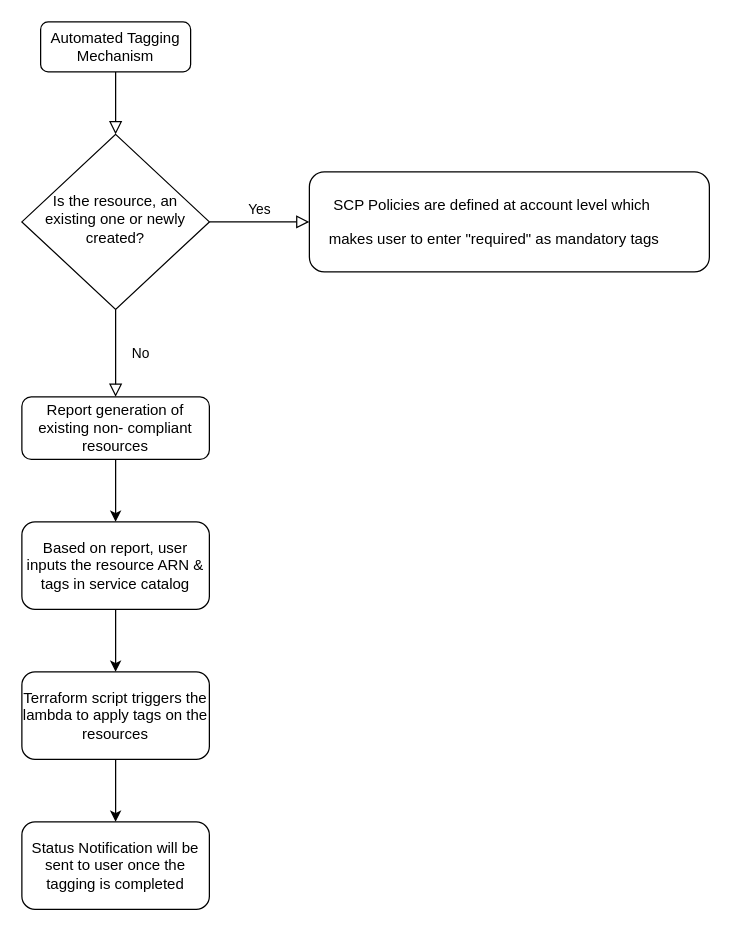
This is Untitled Diagram.drawio from sasikanth53/educka, a draw.io file, before an edit. Source tidied: cells renumbered, new cells numbered last; positions are measured from the earlier drawing's top-left corner, leaving out a move shared by most shapes. Both pictures are drawn from the tidied source at 125%, with x=0, y=0 at pixel (21, 21).
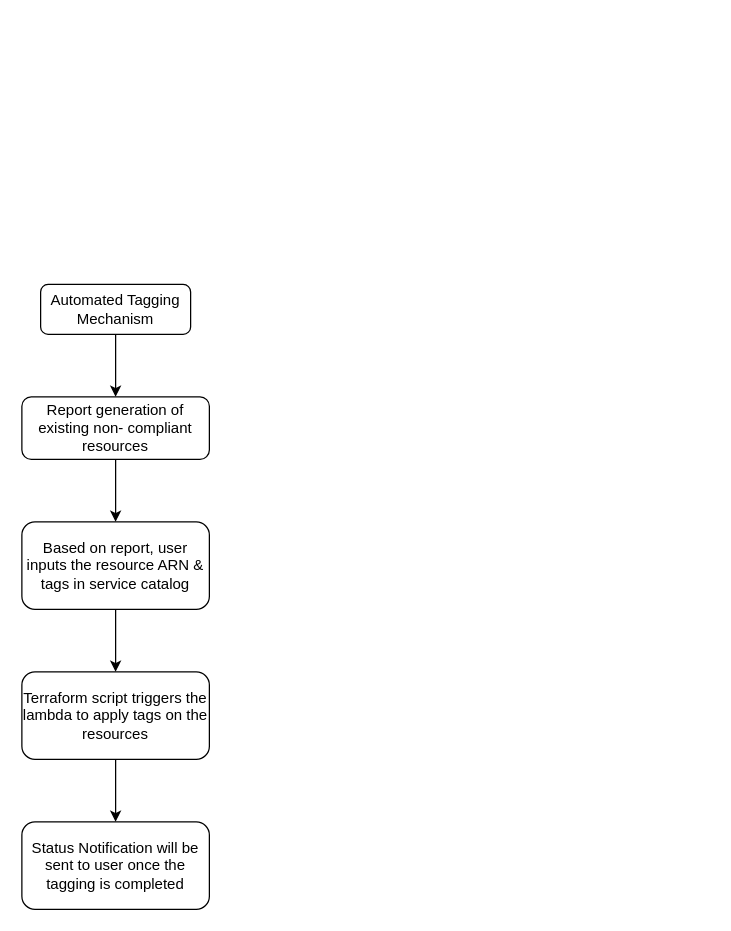
The same diagram, later.

The edit, as a diff of the source:
```diff
@@
 <mxGraphModel>
   <root>
     <mxCell id="0" />
     <mxCell id="1" parent="0" />
-    <mxCell id="2" style="rounded=0;html=1;jettySize=auto;fontSize=11;endArrow=block;endFill=0;endSize=8;strokeWidth=1;shadow=0;labelBackgroundColor=none;edgeStyle=orthogonalEdgeStyle;" parent="1" edge="1" source="3" target="6">
-      <mxGeometry relative="1" as="geometry" />
-    </mxCell>
     <mxCell id="3" value="Automated Tagging Mechanism" style="rounded=1;whiteSpace=wrap;html=1;fontSize=12;glass=0;strokeWidth=1;shadow=0;" parent="1" vertex="1">
-      <mxGeometry x="15" width="120" height="40" as="geometry" />
+      <mxGeometry x="15" y="210" width="120" height="40" as="geometry" />
     </mxCell>
-    <mxCell id="4" value="No" style="rounded=0;html=1;jettySize=auto;fontSize=11;endArrow=block;endFill=0;endSize=8;strokeWidth=1;shadow=0;labelBackgroundColor=none;edgeStyle=orthogonalEdgeStyle;entryX=0.5;entryY=0;entryDx=0;entryDy=0;" parent="1" edge="1" source="6" target="8">
-      <mxGeometry y="20" relative="1" as="geometry" />
-    </mxCell>
-    <mxCell id="5" value="Yes" style="edgeStyle=orthogonalEdgeStyle;rounded=0;html=1;jettySize=auto;fontSize=11;endArrow=block;endFill=0;endSize=8;strokeWidth=1;shadow=0;labelBackgroundColor=none;" parent="1" edge="1" source="6" target="7">
-      <mxGeometry y="10" relative="1" as="geometry" />
-    </mxCell>
-    <mxCell id="6" value="Is the resource, an existing one or newly created?" style="rhombus;whiteSpace=wrap;html=1;shadow=0;fontFamily=Helvetica;fontSize=12;align=center;strokeWidth=1;spacing=6;spacingTop=-4;" parent="1" vertex="1">
-      <mxGeometry y="90" width="150" height="140" as="geometry" />
-    </mxCell>
-    <mxCell id="7" value="&lt;p style=&quot;text-indent:-.25in;mso-list:l0 level1 lfo1&quot; class=&quot;MsoListParagraph&quot;&gt;SCP Policies are defined at account level&amp;nbsp;&lt;span style=&quot;text-indent: -0.25in; background-color: initial;&quot;&gt;which&amp;nbsp;&lt;/span&gt;&lt;/p&gt;&lt;p style=&quot;text-indent:-.25in;mso-list:l0 level1 lfo1&quot; class=&quot;MsoListParagraph&quot;&gt;&lt;span style=&quot;text-indent: -0.25in; background-color: initial;&quot;&gt;makes user to enter &quot;required&quot; as mandatory tags&lt;/span&gt;&lt;/p&gt;" style="rounded=1;whiteSpace=wrap;html=1;fontSize=12;glass=0;strokeWidth=1;shadow=0;" parent="1" vertex="1">
-      <mxGeometry x="230" y="120" width="320" height="80" as="geometry" />
-    </mxCell>
     <mxCell id="8" value="Report generation of existing non- compliant resources" style="rounded=1;whiteSpace=wrap;html=1;fontSize=12;glass=0;strokeWidth=1;shadow=0;" parent="1" vertex="1">
       <mxGeometry y="300" width="150" height="50" as="geometry" />
     </mxCell>
     <mxCell id="9" value="Based on report, user inputs the resource ARN &amp;amp; tags in service catalog" style="rounded=1;whiteSpace=wrap;html=1;fontSize=12;glass=0;strokeWidth=1;shadow=0;" parent="1" vertex="1">
       <mxGeometry y="400" width="150" height="70" as="geometry" />
     </mxCell>
     <mxCell id="10" value="Terraform script triggers the lambda to apply tags on the resources" style="rounded=1;whiteSpace=wrap;html=1;fontSize=12;glass=0;strokeWidth=1;shadow=0;" parent="1" vertex="1">
       <mxGeometry y="520" width="150" height="70" as="geometry" />
     </mxCell>
     <mxCell id="11" value="Status Notification will be sent to user once the tagging is completed" style="rounded=1;whiteSpace=wrap;html=1;fontSize=12;glass=0;strokeWidth=1;shadow=0;" parent="1" vertex="1">
       <mxGeometry y="640" width="150" height="70" as="geometry" />
     </mxCell>
     <mxCell id="12" style="endArrow=classic;html=1;rounded=0;exitX=0.5;exitY=1;exitDx=0;exitDy=0;" parent="1" edge="1" source="8" target="9">
       <mxGeometry relative="1" as="geometry" />
     </mxCell>
     <mxCell id="13" style="endArrow=classic;html=1;rounded=0;exitX=0.5;exitY=1;exitDx=0;exitDy=0;entryX=0.5;entryY=0;entryDx=0;entryDy=0;" parent="1" edge="1" source="9" target="10">
       <mxGeometry relative="1" as="geometry" />
     </mxCell>
     <mxCell id="14" style="endArrow=classic;html=1;rounded=0;" parent="1" edge="1">
       <mxGeometry relative="1" as="geometry">
         <mxPoint x="75" y="590" as="sourcePoint" />
         <mxPoint x="75" y="640" as="targetPoint" />
       </mxGeometry>
     </mxCell>
+    <mxCell id="15" style="endArrow=classic;html=1;rounded=0;exitX=0.5;exitY=1;exitDx=0;exitDy=0;" parent="1" edge="1" source="3" target="8">
+      <mxGeometry relative="1" as="geometry" />
+    </mxCell>
   </root>
 </mxGraphModel>
```
